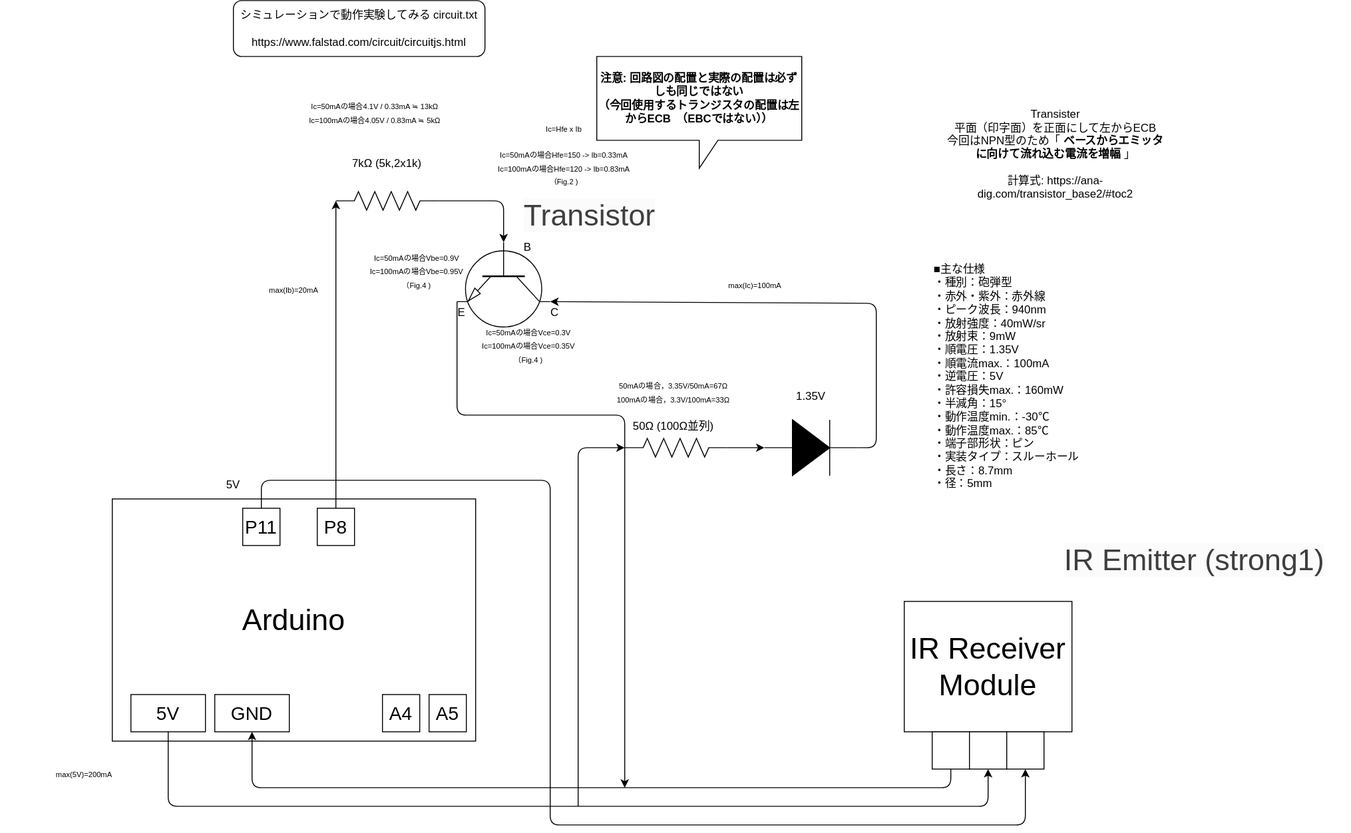
Before: ir_recv_emit_controller/circuit.drawio.svg, a diagram exported from draw.io (SnakeSneakS/IoT-at-home). Source tidied: cells renumbered, new cells last; positions are measured from the earlier drawing's top-left corner, leaving out a move shared by most shapes.
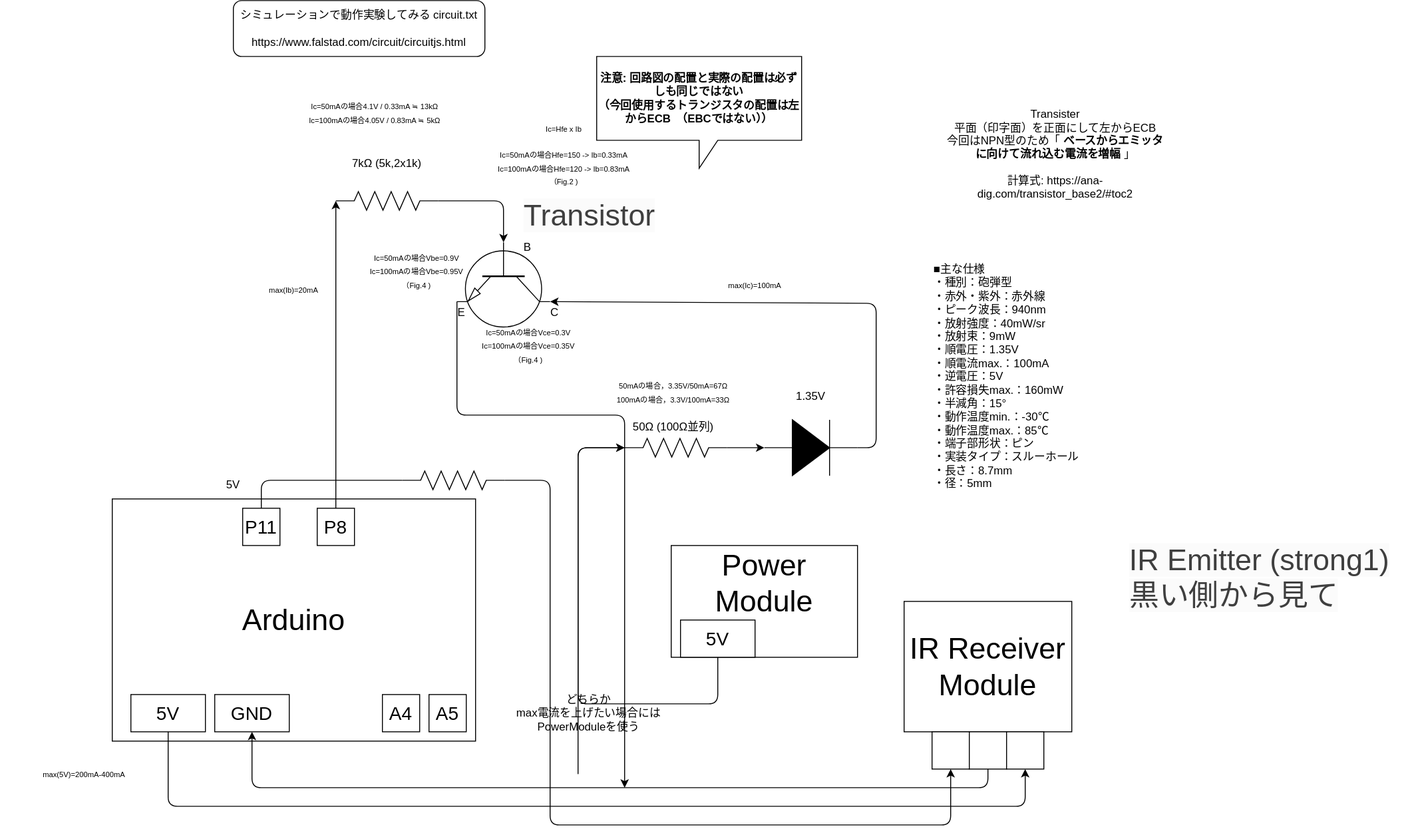
The same diagram one commit later.

What changed in the source:
```diff
@@ -26,10 +26,10 @@
     <mxCell id="9" value="&lt;font style=&quot;font-size: 32px;&quot;&gt;IR Receiver Module&lt;/font&gt;" style="rounded=0;whiteSpace=wrap;html=1;" parent="1" vertex="1">
       <mxGeometry x="970" y="645" width="180" height="140" as="geometry" />
     </mxCell>
-    <mxCell id="10" style="edgeStyle=none;html=1;entryX=0.5;entryY=1;entryDx=0;entryDy=0;" parent="1" edge="1" source="11" target="4">
+    <mxCell id="10" style="edgeStyle=none;html=1;entryX=0.5;entryY=1;entryDx=0;entryDy=0;exitX=0.5;exitY=1;exitDx=0;exitDy=0;" parent="1" edge="1" source="13" target="4">
       <mxGeometry relative="1" as="geometry">
         <Array as="points">
-          <mxPoint x="1020" y="845" />
+          <mxPoint x="1060" y="845" />
           <mxPoint x="270" y="845" />
         </Array>
       </mxGeometry>
@@ -37,10 +37,10 @@
     <mxCell id="11" style="rounded=0;whiteSpace=wrap;html=1;" parent="1" vertex="1">
       <mxGeometry x="1000" y="785" width="40" height="40" as="geometry" />
     </mxCell>
-    <mxCell id="12" style="edgeStyle=none;html=1;entryX=0.5;entryY=1;entryDx=0;entryDy=0;startArrow=classic;startFill=1;endArrow=none;endFill=0;" parent="1" edge="1" source="13" target="3">
+    <mxCell id="12" style="edgeStyle=none;html=1;entryX=0.5;entryY=1;entryDx=0;entryDy=0;startArrow=classic;startFill=1;endArrow=none;endFill=0;exitX=0.5;exitY=1;exitDx=0;exitDy=0;" parent="1" edge="1" source="15" target="3">
       <mxGeometry relative="1" as="geometry">
         <Array as="points">
-          <mxPoint x="1060" y="865" />
+          <mxPoint x="1100" y="865" />
           <mxPoint x="180" y="865" />
         </Array>
       </mxGeometry>
@@ -48,12 +48,9 @@
     <mxCell id="13" style="rounded=0;whiteSpace=wrap;html=1;" parent="1" vertex="1">
       <mxGeometry x="1040" y="785" width="40" height="40" as="geometry" />
     </mxCell>
-    <mxCell id="14" style="edgeStyle=none;html=1;entryX=0.5;entryY=0;entryDx=0;entryDy=0;startArrow=classic;startFill=1;endArrow=none;endFill=0;" parent="1" edge="1" source="15" target="7">
+    <mxCell id="14" style="edgeStyle=none;html=1;entryX=0.5;entryY=0;entryDx=0;entryDy=0;startArrow=none;startFill=0;endArrow=none;endFill=0;exitX=0;exitY=0.5;exitDx=0;exitDy=0;exitPerimeter=0;" parent="1" edge="1" source="52" target="7">
       <mxGeometry relative="1" as="geometry">
         <Array as="points">
-          <mxPoint x="1100" y="885" />
-          <mxPoint x="590" y="885" />
-          <mxPoint x="590" y="515" />
           <mxPoint x="280" y="515" />
         </Array>
       </mxGeometry>
@@ -108,8 +105,8 @@
     <mxCell id="27" style="fillColor=strokeColor;verticalLabelPosition=bottom;shadow=0;dashed=0;align=center;html=1;verticalAlign=top;shape=mxgraph.electrical.diodes.diode;" parent="1" vertex="1">
       <mxGeometry x="820" y="450" width="100" height="60" as="geometry" />
     </mxCell>
-    <mxCell id="28" value="&lt;span style=&quot;color: rgb(63, 63, 63); font-family: Helvetica; font-size: 32px; font-style: normal; font-variant-ligatures: normal; font-variant-caps: normal; font-weight: 400; letter-spacing: normal; orphans: 2; text-align: center; text-indent: 0px; text-transform: none; widows: 2; word-spacing: 0px; -webkit-text-stroke-width: 0px; white-space: normal; background-color: rgb(251, 251, 251); text-decoration-thickness: initial; text-decoration-style: initial; text-decoration-color: initial; display: inline !important; float: none;&quot;&gt;IR Emitter (strong1)&lt;/span&gt;" style="text;whiteSpace=wrap;html=1;" parent="1" vertex="1">
-      <mxGeometry x="1140" y="575" width="310" height="60" as="geometry" />
+    <mxCell id="28" value="&lt;span style=&quot;color: rgb(63, 63, 63); font-family: Helvetica; font-size: 32px; font-style: normal; font-variant-ligatures: normal; font-variant-caps: normal; font-weight: 400; letter-spacing: normal; orphans: 2; text-align: center; text-indent: 0px; text-transform: none; widows: 2; word-spacing: 0px; -webkit-text-stroke-width: 0px; white-space: normal; background-color: rgb(251, 251, 251); text-decoration-thickness: initial; text-decoration-style: initial; text-decoration-color: initial; float: none; display: inline !important;&quot;&gt;IR Emitter (strong1)&lt;/span&gt;&lt;div&gt;&lt;span style=&quot;color: rgb(63, 63, 63); font-family: Helvetica; font-size: 32px; font-style: normal; font-variant-ligatures: normal; font-variant-caps: normal; font-weight: 400; letter-spacing: normal; orphans: 2; text-align: center; text-indent: 0px; text-transform: none; widows: 2; word-spacing: 0px; -webkit-text-stroke-width: 0px; white-space: normal; background-color: rgb(251, 251, 251); text-decoration-thickness: initial; text-decoration-style: initial; text-decoration-color: initial; float: none; display: inline !important;&quot;&gt;黒い側から見て&lt;/span&gt;&lt;/div&gt;" style="text;whiteSpace=wrap;html=1;" parent="1" vertex="1">
+      <mxGeometry x="1210" y="575" width="310" height="60" as="geometry" />
     </mxCell>
     <mxCell id="29" value="&lt;span style=&quot;color: rgb(63, 63, 63); font-family: Helvetica; font-size: 32px; font-style: normal; font-variant-ligatures: normal; font-variant-caps: normal; font-weight: 400; letter-spacing: normal; orphans: 2; text-align: center; text-indent: 0px; text-transform: none; widows: 2; word-spacing: 0px; -webkit-text-stroke-width: 0px; white-space: normal; background-color: rgb(251, 251, 251); text-decoration-thickness: initial; text-decoration-style: initial; text-decoration-color: initial; float: none; display: inline !important;&quot;&gt;Transistor&lt;/span&gt;" style="text;whiteSpace=wrap;html=1;" parent="1" vertex="1">
       <mxGeometry x="560" y="205" width="310" height="60" as="geometry" />
@@ -117,10 +114,11 @@
     <mxCell id="30" value="&lt;font style=&quot;font-size: 8px;&quot;&gt;max(Ic)=100mA&lt;/font&gt;" style="text;html=1;align=center;verticalAlign=middle;whiteSpace=wrap;rounded=0;" parent="1" vertex="1">
       <mxGeometry x="720" y="290" width="180" height="30" as="geometry" />
     </mxCell>
-    <mxCell id="31" style="edgeStyle=none;html=1;entryX=0;entryY=0.5;entryDx=0;entryDy=0;entryPerimeter=0;" parent="1" edge="1" target="17">
+    <mxCell id="31" style="edgeStyle=none;html=1;entryX=0;entryY=0.5;entryDx=0;entryDy=0;entryPerimeter=0;exitX=0.5;exitY=1;exitDx=0;exitDy=0;" parent="1" edge="1" source="48" target="17">
       <mxGeometry relative="1" as="geometry">
-        <mxPoint x="620" y="865" as="sourcePoint" />
         <Array as="points">
+          <mxPoint x="770" y="755" />
+          <mxPoint x="620" y="755" />
           <mxPoint x="620" y="480" />
         </Array>
       </mxGeometry>
@@ -168,11 +166,43 @@
     <mxCell id="44" value="&lt;b&gt;注意: 回路図の配置と実際の配置は必ずしも同じではない&lt;br&gt;&lt;/b&gt;&lt;div&gt;&lt;b&gt;（今回使用するトランジスタの配置は左からECB　（EBCではない））&lt;/b&gt;&lt;/div&gt;" style="shape=callout;whiteSpace=wrap;html=1;perimeter=calloutPerimeter;" parent="1" vertex="1">
       <mxGeometry x="640" y="60" width="220" height="120" as="geometry" />
     </mxCell>
-    <mxCell id="45" value="&lt;font style=&quot;font-size: 8px;&quot;&gt;max(5V)=200mA&lt;/font&gt;" style="text;html=1;align=center;verticalAlign=middle;whiteSpace=wrap;rounded=0;" parent="1" vertex="1">
+    <mxCell id="45" value="&lt;font style=&quot;font-size: 8px;&quot;&gt;max(5V)=200mA-400mA&lt;/font&gt;" style="text;html=1;align=center;verticalAlign=middle;whiteSpace=wrap;rounded=0;" parent="1" vertex="1">
       <mxGeometry y="815" width="180" height="30" as="geometry" />
     </mxCell>
     <mxCell id="46" value="シミュレーションで動作実験してみる circuit.txt&lt;div&gt;&lt;br&gt;&lt;/div&gt;&lt;div&gt;https://www.falstad.com/circuit/circuitjs.html&lt;/div&gt;" style="rounded=1;whiteSpace=wrap;html=1;" parent="1" vertex="1">
       <mxGeometry x="250" width="270" height="60" as="geometry" />
     </mxCell>
+    <mxCell id="47" value="&lt;font style=&quot;font-size: 32px;&quot;&gt;Power Module&lt;/font&gt;&lt;div&gt;&lt;font style=&quot;font-size: 32px;&quot;&gt;&lt;br&gt;&lt;/font&gt;&lt;/div&gt;" style="rounded=0;whiteSpace=wrap;html=1;" parent="1" vertex="1">
+      <mxGeometry x="720" y="585" width="200" height="120" as="geometry" />
+    </mxCell>
+    <mxCell id="48" value="&lt;font style=&quot;font-size: 20px;&quot;&gt;5V&lt;/font&gt;" style="rounded=0;whiteSpace=wrap;html=1;" parent="1" vertex="1">
+      <mxGeometry x="730" y="665" width="80" height="40" as="geometry" />
+    </mxCell>
+    <mxCell id="49" style="edgeStyle=none;html=1;entryX=0;entryY=0.5;entryDx=0;entryDy=0;entryPerimeter=0;" parent="1" edge="1">
+      <mxGeometry relative="1" as="geometry">
+        <mxPoint x="620" y="765" as="sourcePoint" />
+        <mxPoint x="670" y="480" as="targetPoint" />
+        <Array as="points">
+          <mxPoint x="620" y="835" />
+          <mxPoint x="620" y="755" />
+          <mxPoint x="620" y="480" />
+        </Array>
+      </mxGeometry>
+    </mxCell>
+    <mxCell id="50" value="どちらか&lt;div&gt;max電流を上げたい場合には&lt;/div&gt;&lt;div&gt;PowerModuleを使う&lt;/div&gt;" style="text;html=1;align=center;verticalAlign=middle;strokeColor=none;fillColor=none;" parent="1" vertex="1">
+      <mxGeometry x="541.2" y="735" width="180" height="60" as="geometry" />
+    </mxCell>
+    <mxCell id="51" style="edgeStyle=none;html=1;entryX=1;entryY=0.5;entryDx=0;entryDy=0;startArrow=classic;startFill=1;endArrow=none;endFill=0;exitX=0.5;exitY=1;exitDx=0;exitDy=0;entryPerimeter=0;" parent="1" edge="1" source="11" target="52">
+      <mxGeometry relative="1" as="geometry">
+        <Array as="points">
+          <mxPoint x="1020" y="885" />
+          <mxPoint x="590" y="885" />
+          <mxPoint x="590" y="515" />
+        </Array>
+      </mxGeometry>
+    </mxCell>
+    <mxCell id="52" style="verticalLabelPosition=bottom;shadow=0;dashed=0;align=center;html=1;verticalAlign=top;shape=mxgraph.electrical.resistors.resistor_2;" parent="1" vertex="1">
+      <mxGeometry x="431.2" y="505" width="110" height="20" as="geometry" />
+    </mxCell>
   </root>
 </mxGraphModel>
```
